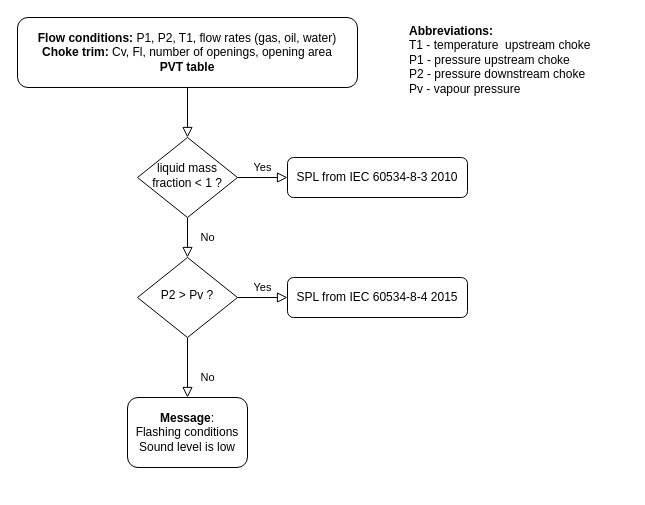
Earlier version of the draw.io diagram SPL_choke.drawio (przesmak/flowchart). Source tidied: cells renumbered, new cells numbered last; positions are measured from the earlier drawing's top-left corner, leaving out a move shared by most shapes. Both pictures are drawn from the tidied source at 100%, with x=0, y=0 at pixel (17, 17).
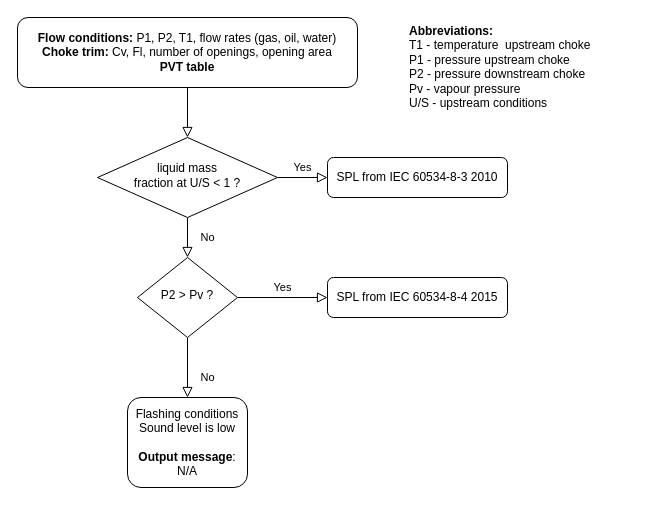
After the change.

Diff of the diagram source:
```diff
@@
 <mxGraphModel>
   <root>
     <mxCell id="0" />
     <mxCell id="1" parent="0" />
     <mxCell id="2" style="rounded=0;html=1;jettySize=auto;fontSize=11;endArrow=block;endFill=0;endSize=8;strokeWidth=1;shadow=0;labelBackgroundColor=none;edgeStyle=orthogonalEdgeStyle;" parent="1" edge="1" source="3" target="6">
       <mxGeometry relative="1" as="geometry" />
     </mxCell>
     <mxCell id="3" value="&lt;b&gt;Flow conditions: &lt;/b&gt;P1, P2, T1, flow rates (gas, oil, water)&lt;br&gt;&lt;b&gt;Choke trim:&lt;/b&gt; Cv, Fl, number of openings, opening area&lt;br&gt;&lt;b&gt;PVT table&lt;/b&gt;" style="rounded=1;whiteSpace=wrap;html=1;fontSize=12;glass=0;strokeWidth=1;shadow=0;" parent="1" vertex="1">
       <mxGeometry width="340" height="70" as="geometry" />
     </mxCell>
     <mxCell id="4" value="No" style="rounded=0;html=1;jettySize=auto;fontSize=11;endArrow=block;endFill=0;endSize=8;strokeWidth=1;shadow=0;labelBackgroundColor=none;edgeStyle=orthogonalEdgeStyle;" parent="1" edge="1" source="6" target="10">
       <mxGeometry y="20" relative="1" as="geometry" />
     </mxCell>
     <mxCell id="5" value="Yes" style="edgeStyle=orthogonalEdgeStyle;rounded=0;html=1;jettySize=auto;fontSize=11;endArrow=block;endFill=0;endSize=8;strokeWidth=1;shadow=0;labelBackgroundColor=none;" parent="1" edge="1" source="6" target="7">
       <mxGeometry y="10" relative="1" as="geometry" />
     </mxCell>
-    <mxCell id="6" value="liquid mass fraction &amp;lt; 1 ?" style="rhombus;whiteSpace=wrap;html=1;shadow=0;fontFamily=Helvetica;fontSize=12;align=center;strokeWidth=1;spacing=6;spacingTop=-4;" parent="1" vertex="1">
-      <mxGeometry x="120" y="120" width="100" height="80" as="geometry" />
+    <mxCell id="6" value="liquid mass &lt;br&gt;fraction at U/S &amp;lt; 1 ?" style="rhombus;whiteSpace=wrap;html=1;shadow=0;fontFamily=Helvetica;fontSize=12;align=center;strokeWidth=1;spacing=6;spacingTop=-4;" parent="1" vertex="1">
+      <mxGeometry x="80" y="120" width="180" height="80" as="geometry" />
     </mxCell>
     <mxCell id="7" value="SPL from IEC 60534-8-3 2010" style="rounded=1;whiteSpace=wrap;html=1;fontSize=12;glass=0;strokeWidth=1;shadow=0;" parent="1" vertex="1">
-      <mxGeometry x="270" y="140" width="180" height="40" as="geometry" />
+      <mxGeometry x="310" y="140" width="180" height="40" as="geometry" />
     </mxCell>
     <mxCell id="8" value="No" style="rounded=0;html=1;jettySize=auto;fontSize=11;endArrow=block;endFill=0;endSize=8;strokeWidth=1;shadow=0;labelBackgroundColor=none;edgeStyle=orthogonalEdgeStyle;" parent="1" edge="1" source="10" target="11">
       <mxGeometry x="0.33" y="20" relative="1" as="geometry" />
     </mxCell>
     <mxCell id="9" value="Yes" style="edgeStyle=orthogonalEdgeStyle;rounded=0;html=1;jettySize=auto;fontSize=11;endArrow=block;endFill=0;endSize=8;strokeWidth=1;shadow=0;labelBackgroundColor=none;" parent="1" edge="1" source="10" target="12">
       <mxGeometry y="10" relative="1" as="geometry" />
     </mxCell>
     <mxCell id="10" value="P2 &amp;gt; Pv ?" style="rhombus;whiteSpace=wrap;html=1;shadow=0;fontFamily=Helvetica;fontSize=12;align=center;strokeWidth=1;spacing=6;spacingTop=-4;" parent="1" vertex="1">
       <mxGeometry x="120" y="240" width="100" height="80" as="geometry" />
     </mxCell>
-    <mxCell id="11" value="&lt;b&gt;Message&lt;/b&gt;:&lt;br&gt;Flashing conditions&lt;br&gt;Sound level is low" style="rounded=1;whiteSpace=wrap;html=1;fontSize=12;glass=0;strokeWidth=1;shadow=0;" parent="1" vertex="1">
-      <mxGeometry x="110" y="380" width="120" height="70" as="geometry" />
+    <mxCell id="11" value="Flashing conditions&lt;br&gt;Sound level is low&lt;br&gt;&lt;br&gt;&lt;b style=&quot;border-color: var(--border-color);&quot;&gt;Output message&lt;/b&gt;: N/A" style="rounded=1;whiteSpace=wrap;html=1;fontSize=12;glass=0;strokeWidth=1;shadow=0;" parent="1" vertex="1">
+      <mxGeometry x="110" y="380" width="120" height="90" as="geometry" />
     </mxCell>
     <mxCell id="12" value="SPL from IEC 60534-8-4 2015" style="rounded=1;whiteSpace=wrap;html=1;fontSize=12;glass=0;strokeWidth=1;shadow=0;" parent="1" vertex="1">
-      <mxGeometry x="270" y="260" width="180" height="40" as="geometry" />
+      <mxGeometry x="310" y="260" width="180" height="40" as="geometry" />
     </mxCell>
-    <mxCell id="13" value="&lt;b&gt;Abbreviations:&lt;/b&gt;&lt;br&gt;T1 - temperature&amp;nbsp; upstream choke&lt;br&gt;P1 - pressure upstream choke&lt;br&gt;P2 - pressure downstream choke&lt;br&gt;Pv - vapour pressure&lt;br&gt;" style="text;strokeColor=none;align=left;fillColor=none;html=1;verticalAlign=top;whiteSpace=wrap;rounded=0;" parent="1" vertex="1">
+    <mxCell id="13" value="&lt;b&gt;Abbreviations:&lt;/b&gt;&lt;br&gt;T1 - temperature&amp;nbsp; upstream choke&lt;br&gt;P1 - pressure upstream choke&lt;br&gt;P2 - pressure downstream choke&lt;br&gt;Pv - vapour pressure&lt;br&gt;U/S - upstream conditions" style="text;strokeColor=none;align=left;fillColor=none;html=1;verticalAlign=top;whiteSpace=wrap;rounded=0;" parent="1" vertex="1">
       <mxGeometry x="390" width="220" height="110" as="geometry" />
     </mxCell>
   </root>
 </mxGraphModel>
```
